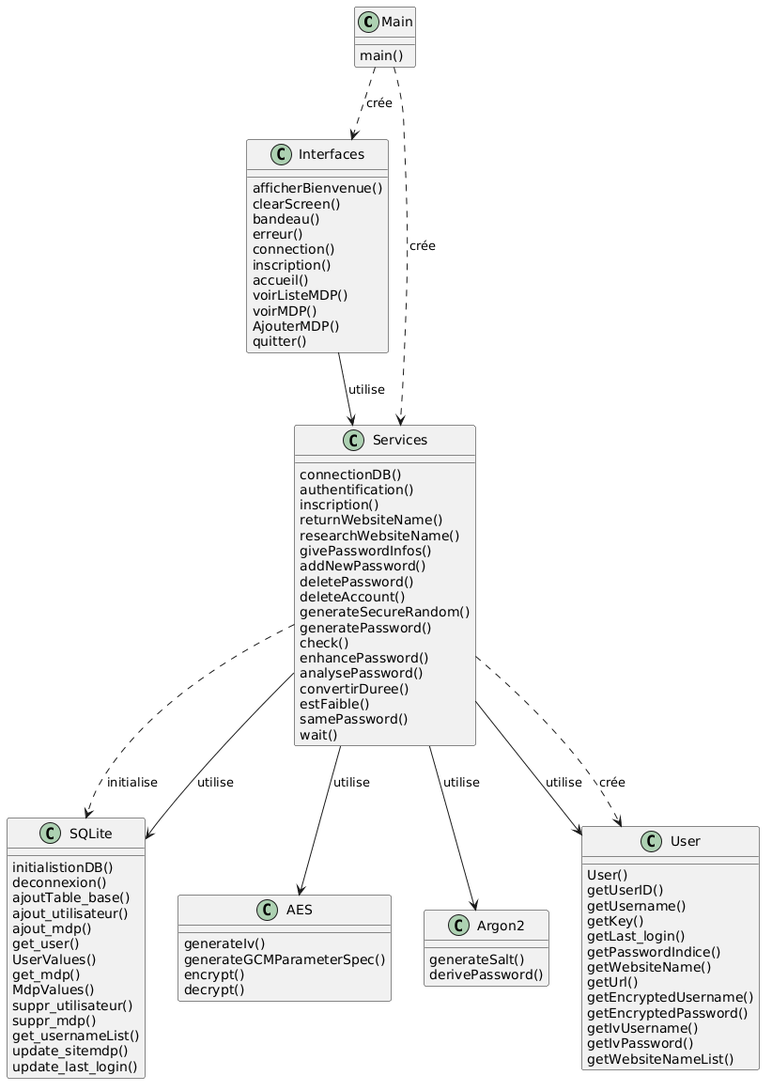
Above: docs/img/plantUML.png in Axel-Cfr/JavaPass (PlantUML), before the change.
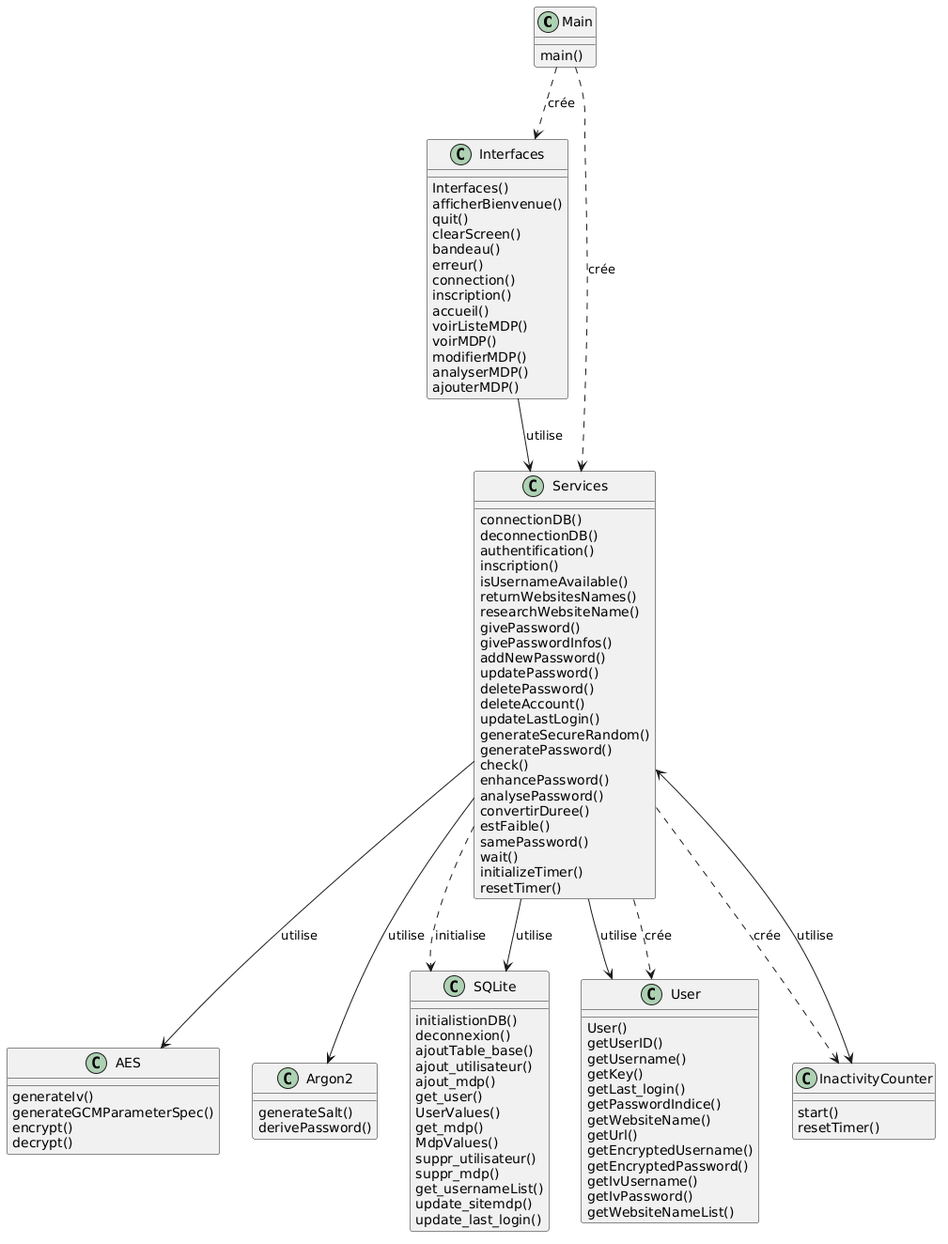
The same diagram one commit later.

Commit message:
Mise à jour de project_architecture

What changed in the source:
```diff
@@ -2,14 +2,17 @@
 class Main
 class Interfaces
 class Services
-class SQLite
 class AES
 class Argon2
+class SQLite
 class User
+class InactivityCounter
 
 Main ..> Interfaces : crée
 Main ..> Services : crée
 Interfaces --> Services : utilise
+Services ..> InactivityCounter : crée
+Services <--> InactivityCounter : utilise
 Services --> AES : utilise
 Services --> Argon2 : utilise
 Services ..> SQLite : initialise
@@ -19,7 +22,9 @@
 
 Main : main()
 
+Interfaces : Interfaces()
 Interfaces : afficherBienvenue()
+Interfaces : quit()
 Interfaces : clearScreen()
 Interfaces : bandeau()
 Interfaces : erreur()
@@ -28,18 +33,24 @@
 Interfaces : accueil()
 Interfaces : voirListeMDP()
 Interfaces : voirMDP()
-Interfaces : AjouterMDP()
-Interfaces : quitter()
+Interfaces : modifierMDP()
+Interfaces : analyserMDP()
+Interfaces : ajouterMDP()
 
 Services : connectionDB()
+Services : deconnectionDB()
 Services : authentification()
 Services : inscription()
-Services : returnWebsiteName()
+Services : isUsernameAvailable()
+Services : returnWebsitesNames()
 Services : researchWebsiteName()
+Services : givePassword()
 Services : givePasswordInfos()
 Services : addNewPassword()
+Services : updatePassword()
 Services : deletePassword()
 Services : deleteAccount()
+Services : updateLastLogin()
 Services : generateSecureRandom()
 Services : generatePassword()
 Services : check()
@@ -49,6 +60,8 @@
 Services : estFaible()
 Services : samePassword()
 Services : wait()
+Services : initializeTimer()
+Services : resetTimer()
 
 SQLite : initialistionDB()
 SQLite : deconnexion()
@@ -86,4 +99,7 @@
 User : getIvUsername()
 User : getIvPassword()
 User : getWebsiteNameList()
+
+InactivityCounter : start()
+InactivityCounter : resetTimer()
 @enduml
```
